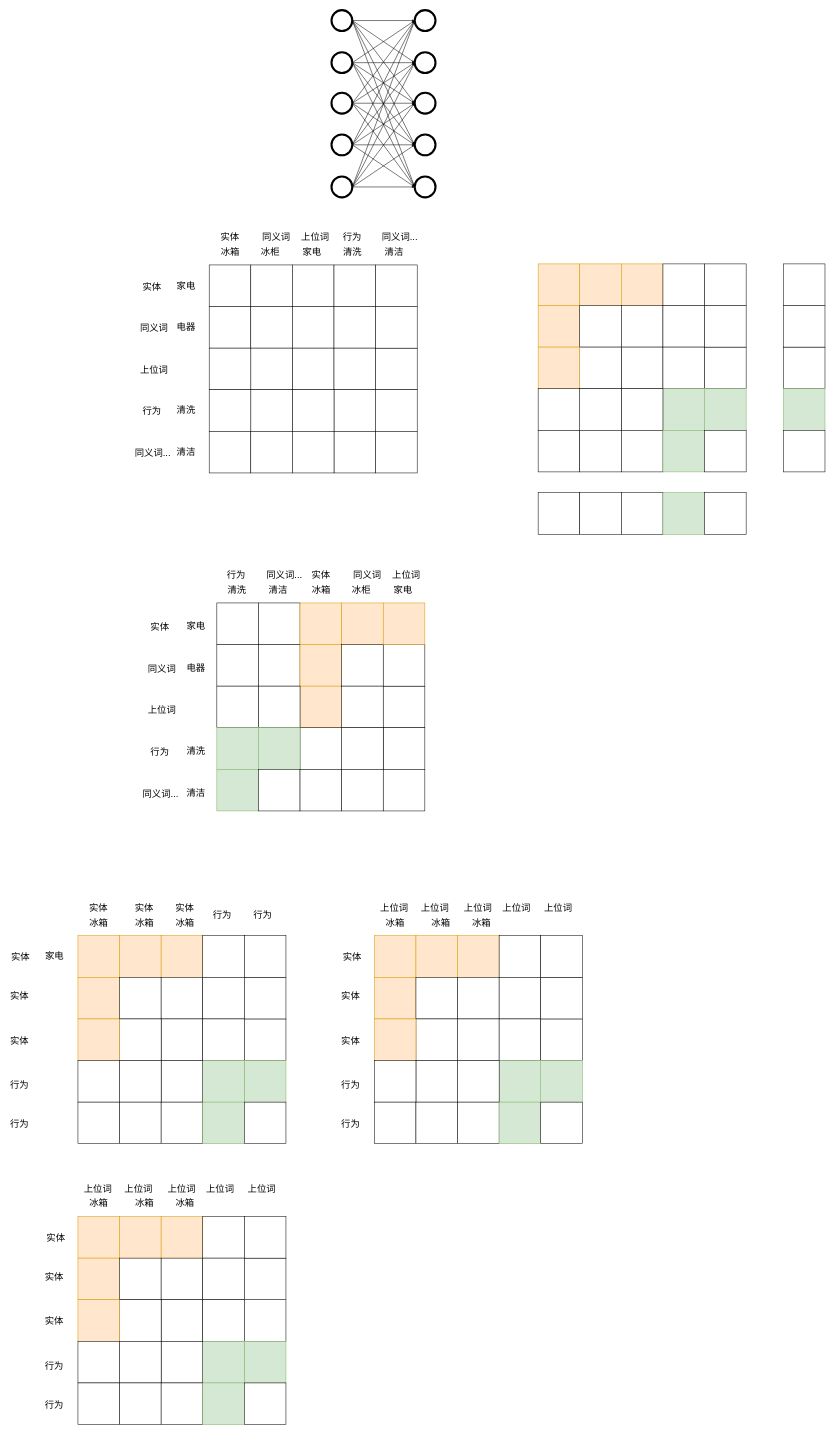
Earlier version of the draw.io diagram Untitled Diagram.drawio (gouxute/leetcode). Source tidied: cells renumbered, new cells numbered last; positions are measured from the earlier drawing's top-left corner, leaving out a move shared by most shapes. Both pictures are drawn from the tidied source at 52%, with x=0, y=0 at pixel (9, 10).
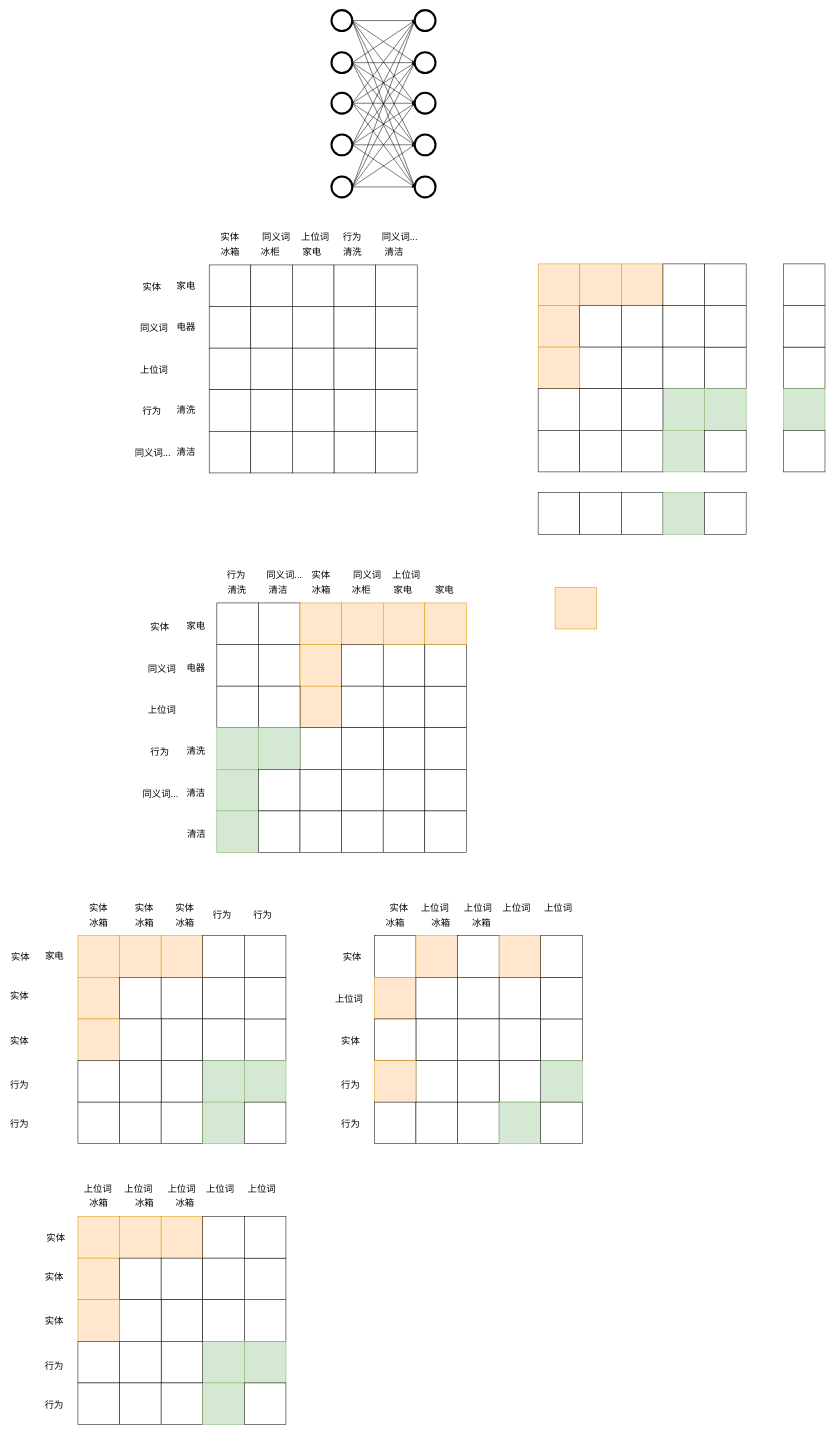
The same diagram, later.

What changed in the source:
```diff
@@
-    <mxCell id="163" style="whiteSpace=wrap;html=1;fillColor=#ffe6cc;strokeColor=#d79b00;" parent="1" vertex="1">
+    <mxCell id="163" style="whiteSpace=wrap;html=1;" parent="1" vertex="1">
       <mxGeometry x="702.4" y="1780" width="80" height="80" as="geometry" />
     </mxCell>
@@
-    <mxCell id="165" style="whiteSpace=wrap;html=1;fillColor=#ffe6cc;strokeColor=#d79b00;" parent="1" vertex="1">
+    <mxCell id="165" style="whiteSpace=wrap;html=1;" parent="1" vertex="1">
       <mxGeometry x="862.4" y="1780" width="80" height="80" as="geometry" />
     </mxCell>
@@
-    <mxCell id="171" style="whiteSpace=wrap;html=1;fillColor=#ffe6cc;strokeColor=#d79b00;" parent="1" vertex="1">
+    <mxCell id="171" style="whiteSpace=wrap;html=1;" parent="1" vertex="1">
       <mxGeometry x="702.4" y="1940" width="80" height="80" as="geometry" />
     </mxCell>
-    <mxCell id="172" style="whiteSpace=wrap;html=1;" parent="1" vertex="1">
+    <mxCell id="172" style="whiteSpace=wrap;html=1;fillColor=#ffe6cc;strokeColor=#d79b00;" parent="1" vertex="1">
       <mxGeometry x="942.4" y="1780" width="80" height="80" as="geometry" />
     </mxCell>
@@
-    <mxCell id="177" style="whiteSpace=wrap;html=1;fillColor=#d5e8d4;strokeColor=#82b366;" parent="1" vertex="1">
+    <mxCell id="177" style="whiteSpace=wrap;html=1;" parent="1" vertex="1">
       <mxGeometry x="942.4" y="2020" width="80" height="80" as="geometry" />
     </mxCell>
@@
-    <mxCell id="180" style="whiteSpace=wrap;html=1;" parent="1" vertex="1">
+    <mxCell id="180" style="whiteSpace=wrap;html=1;fillColor=#ffe6cc;strokeColor=#d79b00;" parent="1" vertex="1">
       <mxGeometry x="702.4" y="2020" width="80" height="80" as="geometry" />
     </mxCell>
@@
     <mxCell id="189" value="&lt;span style=&quot;color: rgb(0 , 0 , 0) ; font-family: &amp;#34;helvetica&amp;#34; ; font-size: 18px ; font-style: normal ; font-weight: 400 ; letter-spacing: normal ; text-align: center ; text-indent: 0px ; text-transform: none ; word-spacing: 0px ; display: inline ; float: none&quot;&gt;上位词&lt;/span&gt;" style="text;whiteSpace=wrap;html=1;fontSize=18;gradientDirection=north;rounded=1;labelBackgroundColor=none;" parent="1" vertex="1">
-      <mxGeometry x="712.4" y="1710" width="70" height="30" as="geometry" />
+      <mxGeometry x="625.2" y="1885" width="70" height="30" as="geometry" />
     </mxCell>
@@
-    <mxCell id="194" value="&lt;span style=&quot;color: rgb(0, 0, 0); font-family: helvetica; font-size: 18px; font-style: normal; font-weight: 400; letter-spacing: normal; text-align: center; text-indent: 0px; text-transform: none; word-spacing: 0px; display: inline; float: none;&quot;&gt;实体&lt;/span&gt;" style="text;whiteSpace=wrap;html=1;fontSize=18;gradientDirection=north;rounded=1;labelBackgroundColor=none;" parent="1" vertex="1">
-      <mxGeometry x="637.4" y="1880" width="50" height="30" as="geometry" />
-    </mxCell>
@@
+    <mxCell id="194" value="&lt;span style=&quot;color: rgb(0, 0, 0); font-family: helvetica; font-size: 18px; font-style: normal; font-weight: 400; letter-spacing: normal; text-align: center; text-indent: 0px; text-transform: none; word-spacing: 0px; display: inline; float: none;&quot;&gt;实体&lt;/span&gt;" style="text;whiteSpace=wrap;html=1;fontSize=18;gradientDirection=north;rounded=1;labelBackgroundColor=none;" parent="1" vertex="1">
+      <mxGeometry x="730" y="1710" width="50" height="30" as="geometry" />
+    </mxCell>
+    <mxCell id="275" style="whiteSpace=wrap;html=1;fillColor=#ffe6cc;strokeColor=#d79b00;" parent="1" vertex="1">
+      <mxGeometry x="1050" y="1110" width="80" height="80" as="geometry" />
+    </mxCell>
+    <mxCell id="276" style="whiteSpace=wrap;html=1;" parent="1" vertex="1">
+      <mxGeometry x="799.5" y="1300" width="80" height="80" as="geometry" />
+    </mxCell>
+    <mxCell id="277" style="whiteSpace=wrap;html=1;" parent="1" vertex="1">
+      <mxGeometry x="799.5" y="1380" width="80" height="80" as="geometry" />
+    </mxCell>
+    <mxCell id="278" style="whiteSpace=wrap;html=1;" parent="1" vertex="1">
+      <mxGeometry x="799.5" y="1460" width="80" height="80" as="geometry" />
+    </mxCell>
+    <mxCell id="279" style="whiteSpace=wrap;html=1;" parent="1" vertex="1">
+      <mxGeometry x="799.5" y="1220" width="80" height="80" as="geometry" />
+    </mxCell>
+    <mxCell id="280" style="whiteSpace=wrap;html=1;fillColor=#ffe6cc;strokeColor=#d79b00;" parent="1" vertex="1">
+      <mxGeometry x="799.5" y="1140" width="80" height="80" as="geometry" />
+    </mxCell>
+    <mxCell id="281" value="&lt;font style=&quot;font-size: 18px&quot;&gt;家电&lt;/font&gt;" style="text;html=1;align=center;verticalAlign=middle;fontSize=18;" parent="1" vertex="1">
+      <mxGeometry x="812.2" y="1100" width="50" height="30" as="geometry" />
+    </mxCell>
+    <mxCell id="282" style="whiteSpace=wrap;html=1;fillColor=#d5e8d4;strokeColor=#82b366;" parent="1" vertex="1">
+      <mxGeometry x="399.4" y="1540" width="80" height="80" as="geometry" />
+    </mxCell>
+    <mxCell id="283" style="whiteSpace=wrap;html=1;" parent="1" vertex="1">
+      <mxGeometry x="479.4" y="1540" width="80" height="80" as="geometry" />
+    </mxCell>
+    <mxCell id="284" style="whiteSpace=wrap;html=1;" parent="1" vertex="1">
+      <mxGeometry x="559.4" y="1540" width="80" height="80" as="geometry" />
+    </mxCell>
+    <mxCell id="285" style="whiteSpace=wrap;html=1;" parent="1" vertex="1">
+      <mxGeometry x="639.4" y="1540" width="80" height="80" as="geometry" />
+    </mxCell>
+    <mxCell id="286" style="whiteSpace=wrap;html=1;" parent="1" vertex="1">
+      <mxGeometry x="719.4" y="1540" width="80" height="80" as="geometry" />
+    </mxCell>
+    <mxCell id="287" value="清洁" style="text;html=1;align=center;verticalAlign=middle;fontSize=18;" parent="1" vertex="1">
+      <mxGeometry x="335.1" y="1570" width="50" height="30" as="geometry" />
+    </mxCell>
+    <mxCell id="288" style="whiteSpace=wrap;html=1;" parent="1" vertex="1">
+      <mxGeometry x="799.4" y="1540" width="80" height="80" as="geometry" />
+    </mxCell>
```
